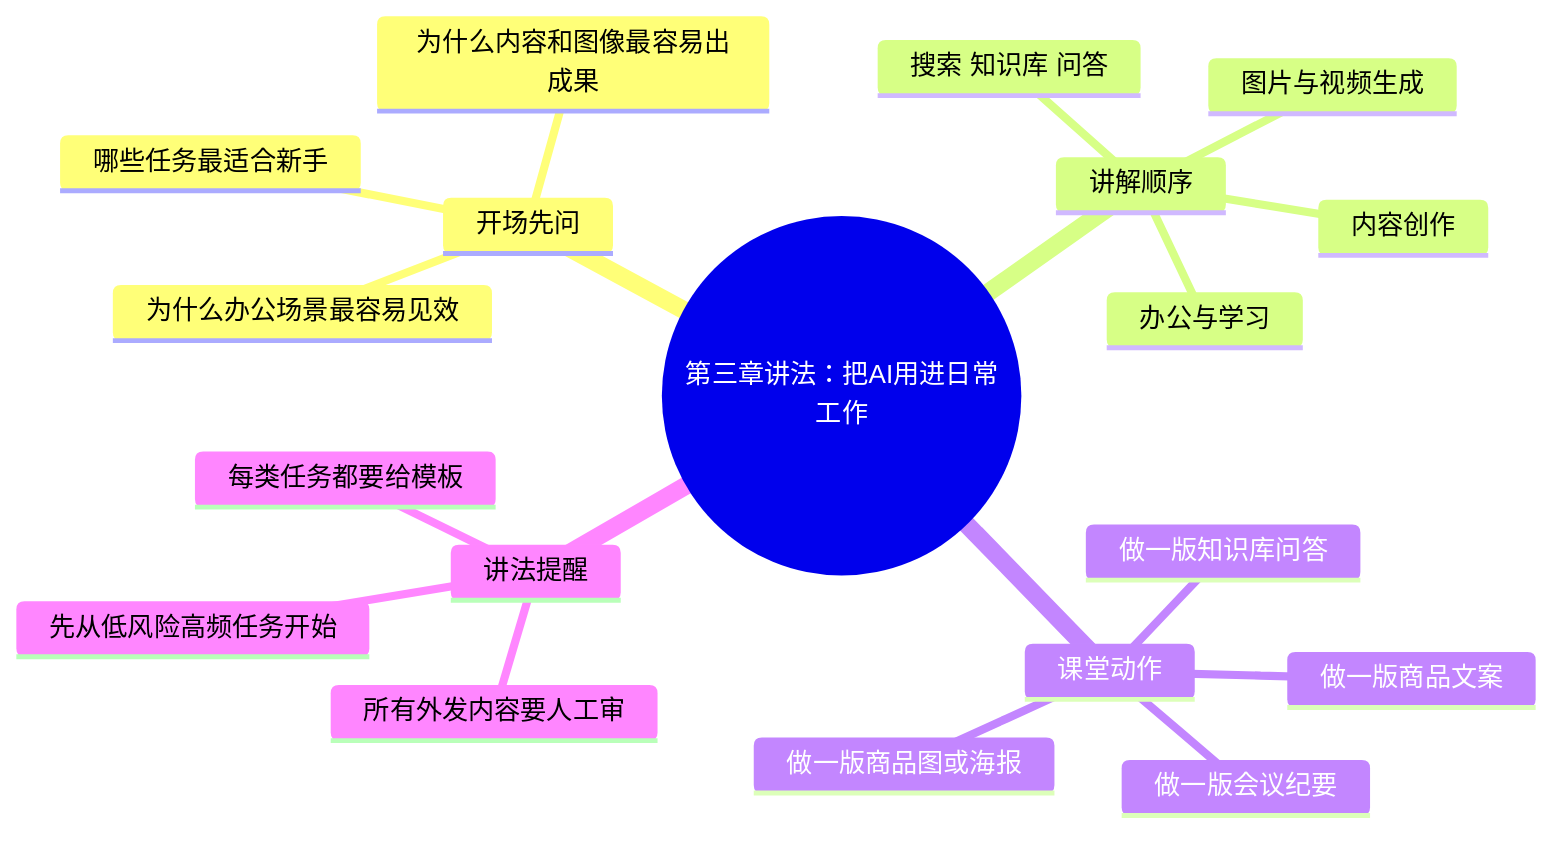
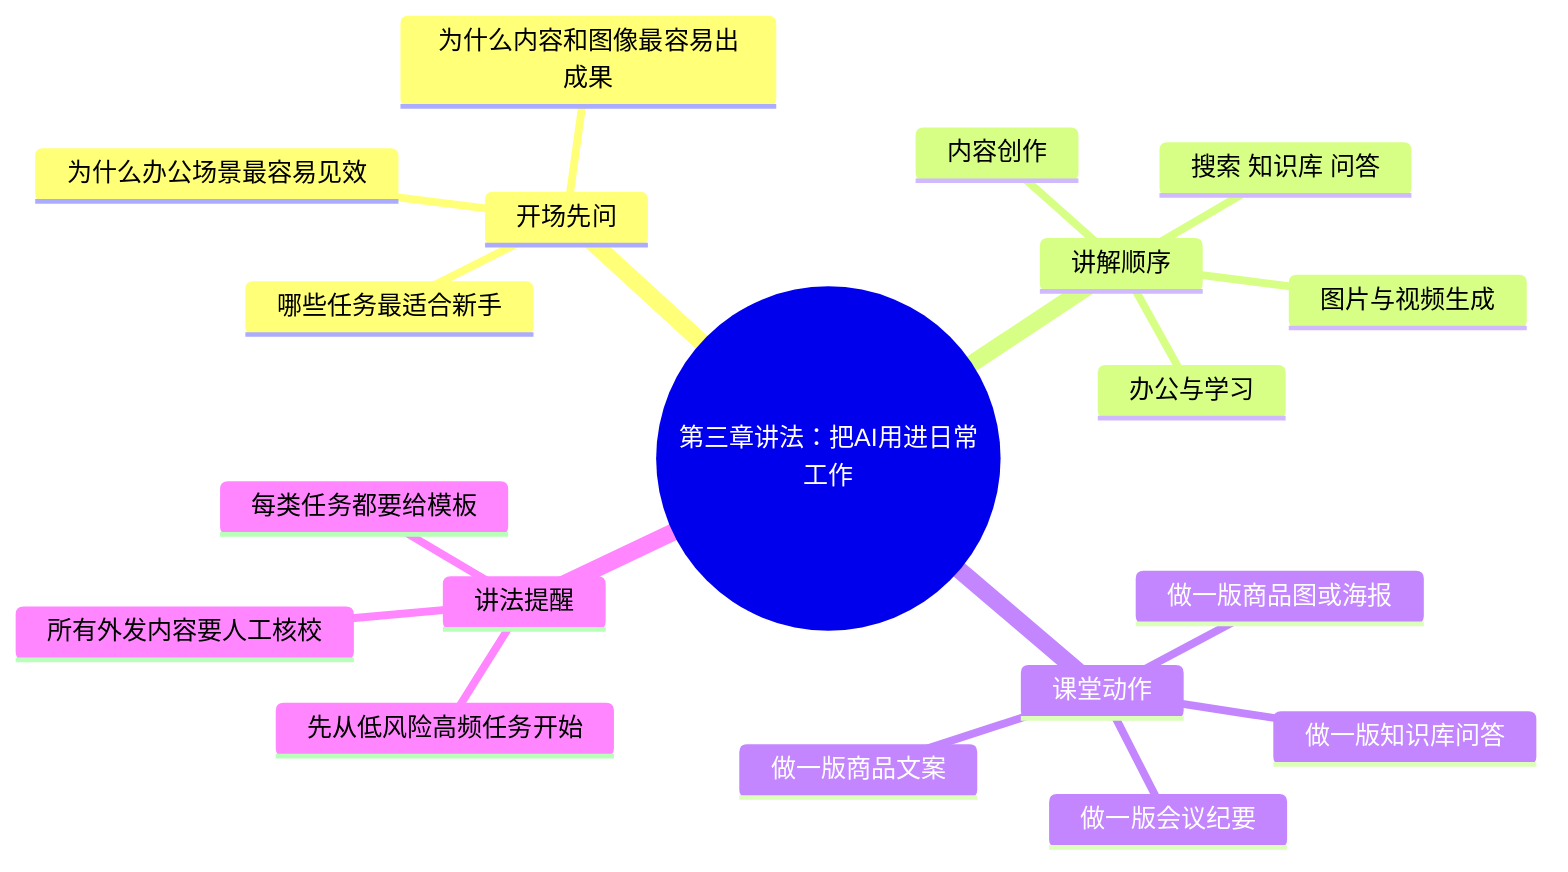
mindmap
  root((第三章讲法：把AI用进日常工作))
    开场先问
      哪些任务最适合新手
      为什么办公场景最容易见效
      为什么内容和图像最容易出成果
    讲解顺序
      办公与学习
      内容创作
      图片与视频生成
      搜索 知识库 问答
    课堂动作
      做一版会议纪要
      做一版商品文案
      做一版商品图或海报
      做一版知识库问答
    讲法提醒
      先从低风险高频任务开始
      每类任务都要给模板
-       所有外发内容要人工审
+       所有外发内容要人工核校
